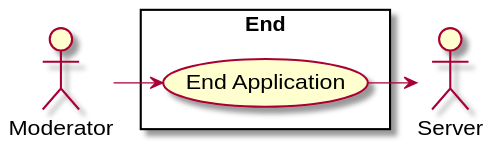
Earlier version of the PlantUML export Docs/Technical Specifications/docs/diagrams/UseCase/Moderator_Client_C.svg (Brotenko/QualityQuest).
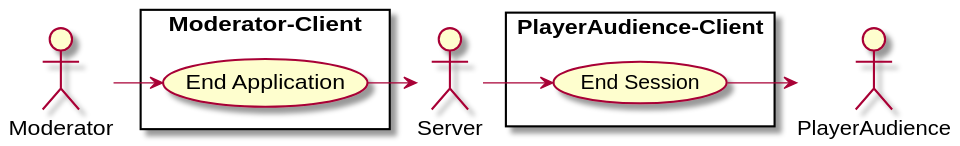
After the change.

Diff of the diagram source:
```diff
@@ -1,11 +1,18 @@
 @startuml
-rectangle "End" {
-    usecase "End Application" as a
+rectangle "Moderator-Client" {
+    usecase "End Application" as endA
+}
+
+rectangle "PlayerAudience-Client" {
+    usecase "End Session" as endS
 }
 
 actor "Moderator" as b
 actor "Server" as s
+actor "PlayerAudience" as pa
 
-b -right-> a
-a -> s
+b -right-> endA
+endA -> s
+s -> endS
+endS -> pa
 @enduml
```
